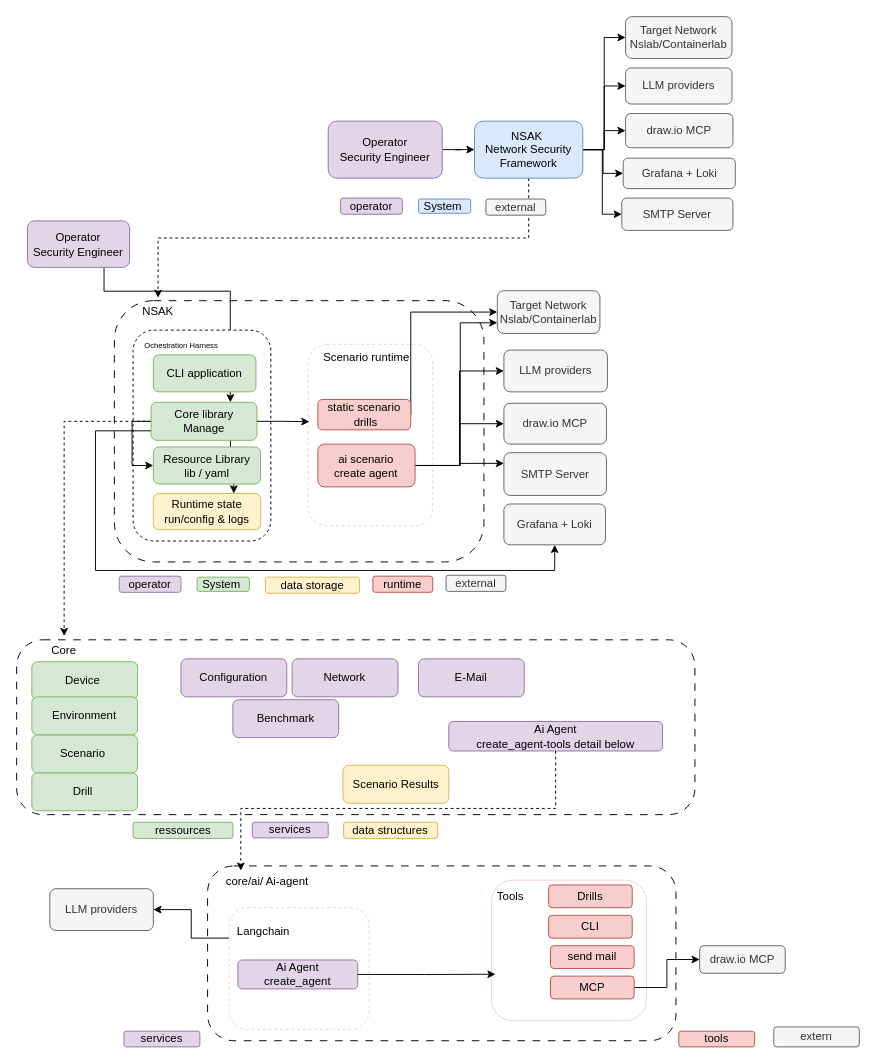
Before: docs/thesis/assets/diagrams/c4-diagram.drawio in nsak-team/nsak, a draw.io diagram. Source tidied: cells renumbered, new cells numbered last; positions are measured from the earlier drawing's top-left corner, leaving out a move shared by most shapes. Both pictures are drawn from the tidied source at 95%, with x=0, y=0 at pixel (16, 16).
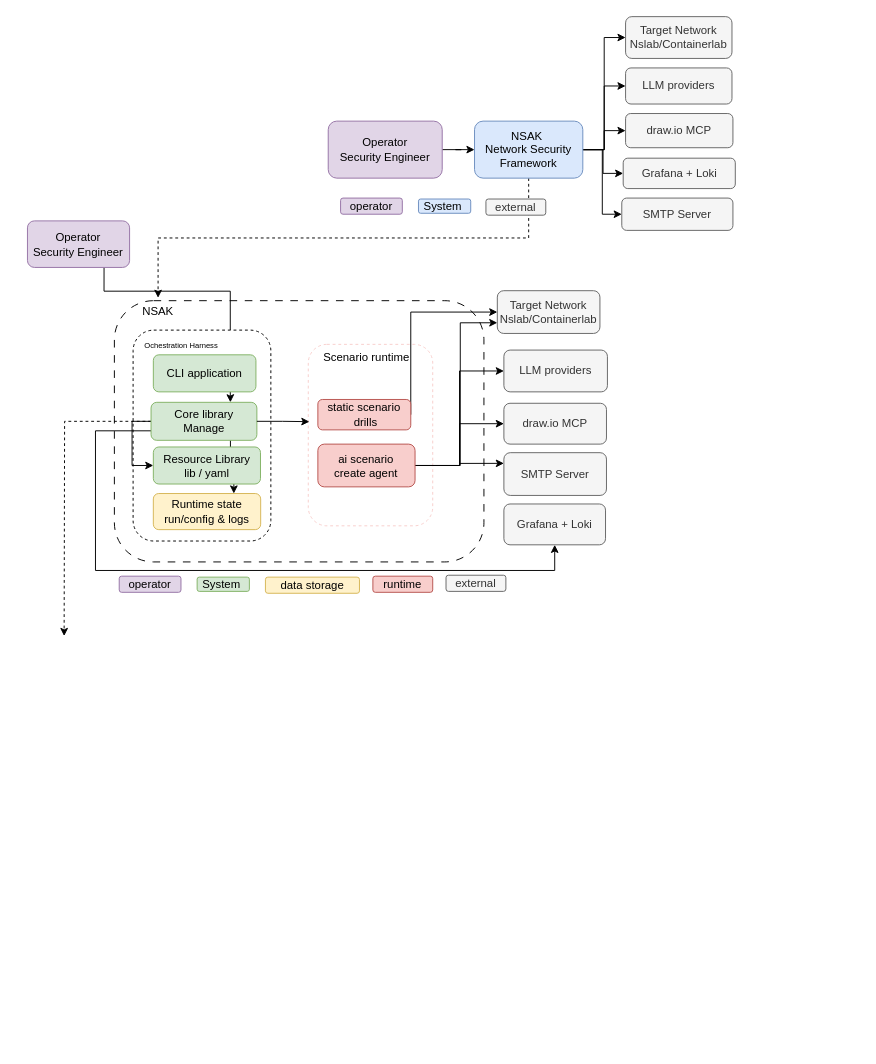
The same diagram, later.

Unchanged cells that the change refers to:
```xml
<mxCell id="37" value="Core library&lt;div&gt;&lt;div&gt;Manage&lt;/div&gt;&lt;/div&gt;" style="rounded=1;whiteSpace=wrap;html=1;fillColor=#d5e8d4;strokeColor=#82b366;" parent="1" vertex="1">
  <mxGeometry x="141.5" y="406" width="111.4" height="40" as="geometry" />
</mxCell>
```

What changed in the source:
```diff
@@
-    <mxCell id="33" style="edgeStyle=orthogonalEdgeStyle;rounded=0;jettySize=auto;html=1;exitX=0;exitY=0.5;exitDx=0;exitDy=0;dashed=1;" parent="1" edge="1" source="37" target="46">
-      <mxGeometry relative="1" as="geometry" />
+    <mxCell id="33" style="edgeStyle=orthogonalEdgeStyle;rounded=0;jettySize=auto;html=1;exitX=0;exitY=0.5;exitDx=0;exitDy=0;dashed=1;" parent="1" edge="1" source="37">
+      <mxGeometry relative="1" as="geometry">
+        <mxPoint x="50" y="652" as="targetPoint" />
+      </mxGeometry>
     </mxCell>
@@
-    <mxCell id="45" style="rounded=1;whiteSpace=wrap;html=1;dashed=1;dashPattern=8 8;" parent="1" vertex="1">
-      <mxGeometry y="656" width="714" height="184" as="geometry" />
-    </mxCell>
-    <mxCell id="46" value="Core" style="text;html=1;align=center;verticalAlign=middle;whiteSpace=wrap;rounded=0;" parent="1" vertex="1">
-      <mxGeometry x="20" y="652" width="60" height="30" as="geometry" />
-    </mxCell>
-    <mxCell id="47" value="Drill&amp;nbsp;" style="rounded=1;whiteSpace=wrap;html=1;fillColor=#d5e8d4;strokeColor=#82b366;" parent="1" vertex="1">
-      <mxGeometry x="16" y="796" width="111.4" height="40" as="geometry" />
-    </mxCell>
-    <mxCell id="48" value="Benchmark" style="rounded=1;whiteSpace=wrap;html=1;fillColor=#e1d5e7;strokeColor=#9673a6;" parent="1" vertex="1">
-      <mxGeometry x="227.6" y="719" width="111.4" height="40" as="geometry" />
-    </mxCell>
-    <mxCell id="49" value="&lt;div&gt;Scenario&amp;nbsp;&lt;/div&gt;" style="rounded=1;whiteSpace=wrap;html=1;fillColor=#d5e8d4;strokeColor=#82b366;" parent="1" vertex="1">
-      <mxGeometry x="16" y="756" width="111.4" height="40" as="geometry" />
-    </mxCell>
-    <mxCell id="50" value="Device&amp;nbsp;" style="rounded=1;whiteSpace=wrap;html=1;fillColor=#d5e8d4;strokeColor=#82b366;" parent="1" vertex="1">
-      <mxGeometry x="16" y="679" width="111.4" height="40" as="geometry" />
-    </mxCell>
-    <mxCell id="51" value="Environment" style="rounded=1;whiteSpace=wrap;html=1;fillColor=#d5e8d4;strokeColor=#82b366;" parent="1" vertex="1">
-      <mxGeometry x="16" y="716" width="111.4" height="40" as="geometry" />
-    </mxCell>
-    <mxCell id="52" value="&lt;div&gt;Configuration&lt;/div&gt;" style="rounded=1;whiteSpace=wrap;html=1;fillColor=#e1d5e7;strokeColor=#9673a6;" parent="1" vertex="1">
-      <mxGeometry x="173" y="676" width="111.4" height="40" as="geometry" />
-    </mxCell>
-    <mxCell id="53" value="&lt;div&gt;Network&lt;/div&gt;" style="rounded=1;whiteSpace=wrap;html=1;fillColor=#e1d5e7;strokeColor=#9673a6;" parent="1" vertex="1">
-      <mxGeometry x="290" y="676" width="111.4" height="40" as="geometry" />
-    </mxCell>
-    <mxCell id="54" value="&lt;div&gt;E-Mail&lt;/div&gt;" style="rounded=1;whiteSpace=wrap;html=1;fillColor=#e1d5e7;strokeColor=#9673a6;" parent="1" vertex="1">
-      <mxGeometry x="423" y="676" width="111.4" height="40" as="geometry" />
-    </mxCell>
-    <mxCell id="55" value="&lt;div&gt;Scenario Results&lt;/div&gt;" style="rounded=1;whiteSpace=wrap;html=1;fillColor=#fff2cc;strokeColor=#d6b656;" parent="1" vertex="1">
-      <mxGeometry x="343.5" y="788" width="111.4" height="40" as="geometry" />
-    </mxCell>
-    <mxCell id="56" value="Ai Agent&lt;br&gt;create_agent-tools detail below" style="rounded=1;whiteSpace=wrap;html=1;fillColor=#e1d5e7;strokeColor=#9673a6;" parent="1" vertex="1">
-      <mxGeometry x="454.9" y="742" width="225" height="31" as="geometry" />
-    </mxCell>
-    <mxCell id="57" value="data structures" style="rounded=1;whiteSpace=wrap;html=1;fillColor=#fff2cc;strokeColor=#d6b656;" parent="1" vertex="1">
-      <mxGeometry x="344.2" y="848" width="99" height="17" as="geometry" />
-    </mxCell>
-    <mxCell id="58" value="&lt;div&gt;services&lt;/div&gt;" style="rounded=1;whiteSpace=wrap;html=1;fillColor=#e1d5e7;strokeColor=#9673a6;" parent="1" vertex="1">
-      <mxGeometry x="248.1" y="848" width="79.9" height="16.5" as="geometry" />
-    </mxCell>
-    <mxCell id="59" value="ressources" style="rounded=1;whiteSpace=wrap;html=1;fillColor=#d5e8d4;strokeColor=#82b366;" parent="1" vertex="1">
-      <mxGeometry x="122.6" y="848" width="105" height="17" as="geometry" />
-    </mxCell>
-    <mxCell id="60" style="rounded=1;whiteSpace=wrap;html=1;dashed=1;dashPattern=8 8;" parent="1" vertex="1">
-      <mxGeometry x="201" y="894" width="493" height="184" as="geometry" />
-    </mxCell>
-    <mxCell id="61" style="edgeStyle=orthogonalEdgeStyle;rounded=0;jettySize=auto;html=1;entryX=0.071;entryY=0.027;entryDx=0;entryDy=0;entryPerimeter=0;dashed=1;" parent="1" edge="1" source="56" target="60">
-      <mxGeometry relative="1" as="geometry" />
-    </mxCell>
-    <mxCell id="62" value="core/ai/ Ai-agent" style="text;html=1;align=center;verticalAlign=middle;whiteSpace=wrap;rounded=0;" parent="1" vertex="1">
-      <mxGeometry x="204" y="896" width="120" height="30" as="geometry" />
-    </mxCell>
-    <mxCell id="63" value="LLM providers" style="rounded=1;whiteSpace=wrap;html=1;fillColor=#f5f5f5;strokeColor=#666666;fontColor=#333333;" parent="1" vertex="1">
-      <mxGeometry x="34.9" y="918" width="109" height="44" as="geometry" />
-    </mxCell>
-    <mxCell id="64" style="edgeStyle=orthogonalEdgeStyle;rounded=0;jettySize=auto;html=1;exitX=0;exitY=0.25;exitDx=0;exitDy=0;entryX=1;entryY=0.5;entryDx=0;entryDy=0;" parent="1" edge="1" source="65" target="63">
-      <mxGeometry relative="1" as="geometry" />
-    </mxCell>
-    <mxCell id="65" style="rounded=1;whiteSpace=wrap;html=1;dashed=1;strokeColor=#F8CECC;" parent="1" vertex="1">
-      <mxGeometry x="223.7" y="938" width="147.3" height="128" as="geometry" />
-    </mxCell>
-    <mxCell id="66" style="rounded=1;whiteSpace=wrap;html=1;strokeColor=#F8CECC;" parent="1" vertex="1">
-      <mxGeometry x="500" y="909" width="163" height="148" as="geometry" />
-    </mxCell>
-    <mxCell id="67" value="Tools" style="text;html=1;align=center;verticalAlign=middle;whiteSpace=wrap;rounded=0;" parent="1" vertex="1">
-      <mxGeometry x="490" y="911" width="60" height="30" as="geometry" />
-    </mxCell>
-    <mxCell id="68" value="Drills" style="rounded=1;whiteSpace=wrap;html=1;fillColor=#f8cecc;strokeColor=#b85450;" parent="1" vertex="1">
-      <mxGeometry x="560" y="914" width="88" height="24" as="geometry" />
-    </mxCell>
-    <mxCell id="69" value="CLI" style="rounded=1;whiteSpace=wrap;html=1;fillColor=#f8cecc;strokeColor=#b85450;" parent="1" vertex="1">
-      <mxGeometry x="560" y="946" width="88" height="24" as="geometry" />
-    </mxCell>
-    <mxCell id="70" value="send mail" style="rounded=1;whiteSpace=wrap;html=1;fillColor=#f8cecc;strokeColor=#b85450;" parent="1" vertex="1">
-      <mxGeometry x="562" y="978" width="88" height="24" as="geometry" />
-    </mxCell>
-    <mxCell id="71" style="edgeStyle=orthogonalEdgeStyle;rounded=0;jettySize=auto;html=1;exitX=1;exitY=0.5;exitDx=0;exitDy=0;entryX=0;entryY=0.5;entryDx=0;entryDy=0;" parent="1" edge="1" source="72" target="73">
-      <mxGeometry relative="1" as="geometry" />
-    </mxCell>
-    <mxCell id="72" value="MCP" style="rounded=1;whiteSpace=wrap;html=1;fillColor=#f8cecc;strokeColor=#b85450;" parent="1" vertex="1">
-      <mxGeometry x="562" y="1010" width="88" height="24" as="geometry" />
-    </mxCell>
-    <mxCell id="73" value="draw.io MCP" style="rounded=1;whiteSpace=wrap;html=1;fillColor=#f5f5f5;strokeColor=#666666;fontColor=#333333;" parent="1" vertex="1">
-      <mxGeometry x="719" y="978" width="90" height="29" as="geometry" />
-    </mxCell>
-    <mxCell id="74" value="Ai Agent&lt;br&gt;create_agent" style="rounded=1;whiteSpace=wrap;html=1;fillColor=#e1d5e7;strokeColor=#9673a6;" parent="1" vertex="1">
-      <mxGeometry x="232.9" y="993" width="126.1" height="30.5" as="geometry" />
-    </mxCell>
-    <mxCell id="75" value="&lt;div&gt;Langchain&lt;/div&gt;" style="text;html=1;align=center;verticalAlign=middle;whiteSpace=wrap;rounded=0;" parent="1" vertex="1">
-      <mxGeometry x="230" y="948" width="60" height="30" as="geometry" />
-    </mxCell>
-    <mxCell id="76" style="edgeStyle=orthogonalEdgeStyle;rounded=0;jettySize=auto;html=1;exitX=1;exitY=0.5;exitDx=0;exitDy=0;entryX=0.025;entryY=0.669;entryDx=0;entryDy=0;entryPerimeter=0;" parent="1" edge="1" source="74" target="66">
-      <mxGeometry relative="1" as="geometry" />
-    </mxCell>
@@
-    <mxCell id="85" value="&lt;div&gt;services&lt;/div&gt;" style="rounded=1;whiteSpace=wrap;html=1;fillColor=#e1d5e7;strokeColor=#9673a6;" parent="1" vertex="1">
-      <mxGeometry x="113" y="1068" width="79.9" height="16.5" as="geometry" />
-    </mxCell>
-    <mxCell id="86" value="tools" style="rounded=1;whiteSpace=wrap;html=1;fillColor=#f8cecc;strokeColor=#b85450;" parent="1" vertex="1">
-      <mxGeometry x="697" y="1068" width="79.9" height="16.5" as="geometry" />
-    </mxCell>
-    <mxCell id="87" value="extern" style="rounded=1;whiteSpace=wrap;html=1;fillColor=#f5f5f5;strokeColor=#666666;fontColor=#333333;" parent="1" vertex="1">
-      <mxGeometry x="797" y="1063.5" width="90" height="21" as="geometry" />
-    </mxCell>
```
